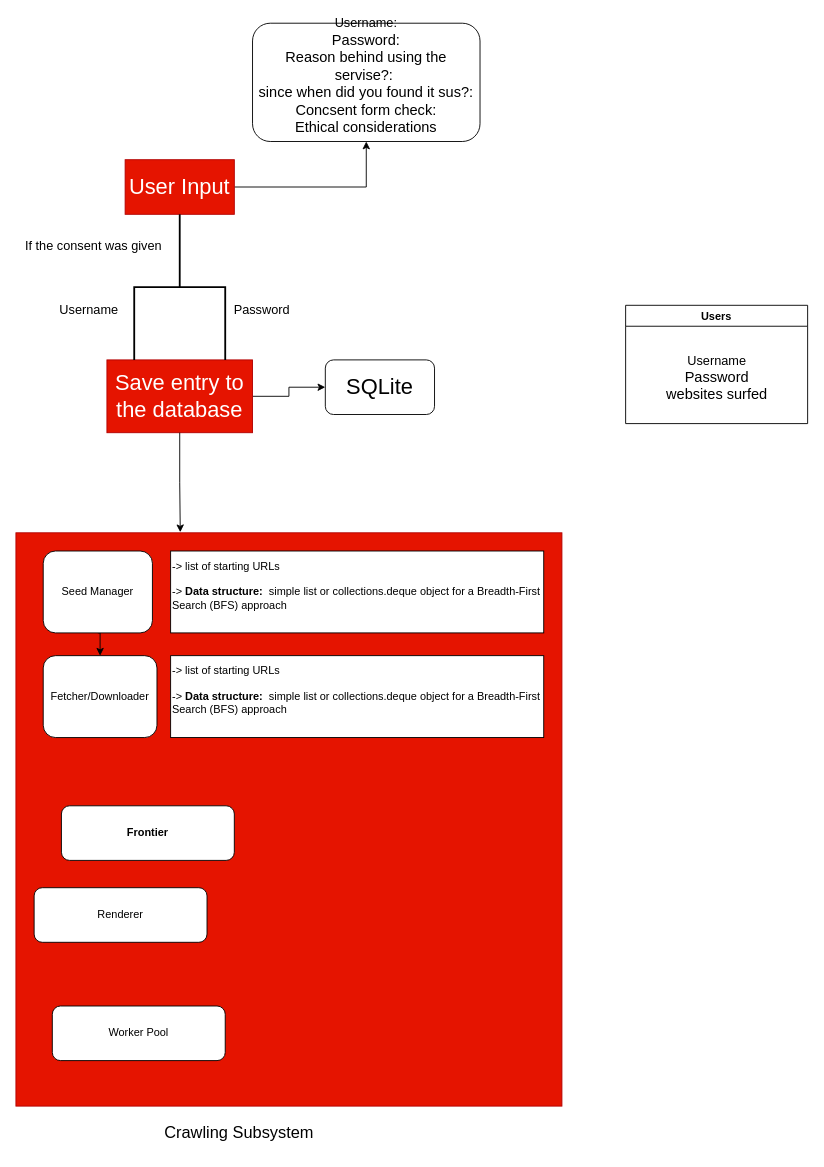
Before: system design.drawio in KATHAN-VYAS/CredScan, a draw.io diagram. Source tidied: cells renumbered, new cells numbered last; positions are measured from the earlier drawing's top-left corner, leaving out a move shared by most shapes. Both pictures are drawn from the tidied source at 91%, with x=0, y=0 at pixel (15, 23).
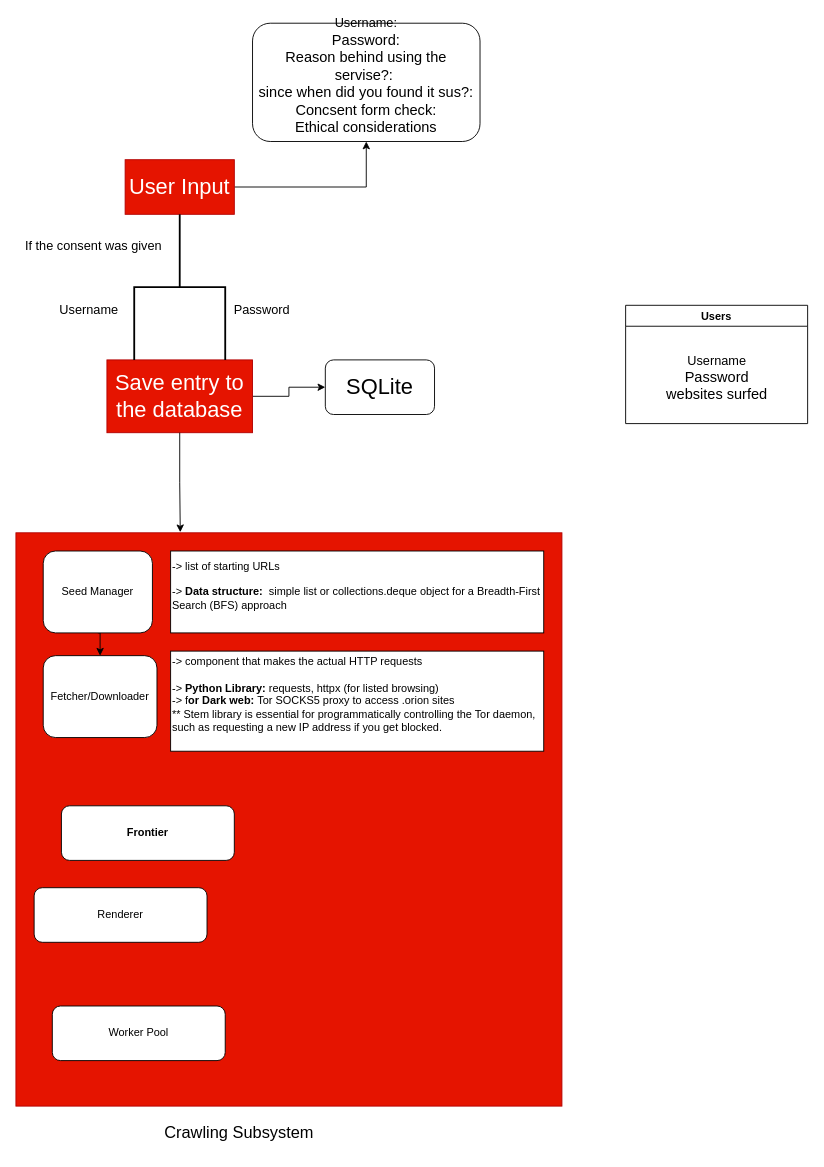
After the change.

Diff of the diagram source:
```diff
@@
-    <mxCell id="23" value="&lt;span style=&quot;font-size: 12px;&quot;&gt;-&amp;gt; list of starting URLs&lt;/span&gt;&lt;div&gt;&lt;br&gt;&lt;div&gt;-&amp;gt; &lt;b&gt;Data structure:&lt;/b&gt;&amp;nbsp;&amp;nbsp;simple list or collections.deque object for a Breadth-First Search (BFS) approach&lt;/div&gt;&lt;/div&gt;&lt;div&gt;&lt;br&gt;&lt;/div&gt;" style="rounded=0;whiteSpace=wrap;html=1;align=left;" parent="1" vertex="1">
-      <mxGeometry x="170" y="695" width="410" height="90" as="geometry" />
+    <mxCell id="23" value="&lt;span style=&quot;font-size: 12px;&quot;&gt;-&amp;gt;&amp;nbsp;component that makes the actual HTTP requests&lt;/span&gt;&lt;div&gt;&lt;br&gt;&lt;div&gt;-&amp;gt; &lt;b&gt;Python Library:&amp;nbsp;&lt;/b&gt;&lt;span style=&quot;background-color: transparent; color: light-dark(rgb(0, 0, 0), rgb(255, 255, 255));&quot;&gt;requests, httpx (for listed browsing)&lt;/span&gt;&lt;/div&gt;&lt;/div&gt;&lt;div&gt;&lt;span style=&quot;background-color: transparent; color: light-dark(rgb(0, 0, 0), rgb(255, 255, 255));&quot;&gt;-&amp;gt; f&lt;b&gt;or Dark web&lt;/b&gt;&lt;/span&gt;&lt;b style=&quot;background-color: transparent; color: light-dark(rgb(0, 0, 0), rgb(255, 255, 255));&quot;&gt;:&amp;nbsp;&lt;/b&gt;&lt;span style=&quot;background-color: transparent; font-size: 12px;&quot;&gt;Tor SOCKS5 proxy to access .orion sites&lt;/span&gt;&lt;/div&gt;&lt;div&gt;&lt;span style=&quot;background-color: transparent; font-size: 12px;&quot;&gt;**&amp;nbsp;&lt;/span&gt;&lt;span style=&quot;background-color: transparent; font-size: 12px;&quot;&gt;Stem library is essential for programmatically controlling the Tor daemon, such as requesting a new IP address if you get blocked.&lt;/span&gt;&lt;/div&gt;&lt;div&gt;&lt;br&gt;&lt;/div&gt;" style="rounded=0;whiteSpace=wrap;html=1;align=left;" parent="1" vertex="1">
+      <mxGeometry x="170" y="690" width="410" height="110" as="geometry" />
     </mxCell>
```
